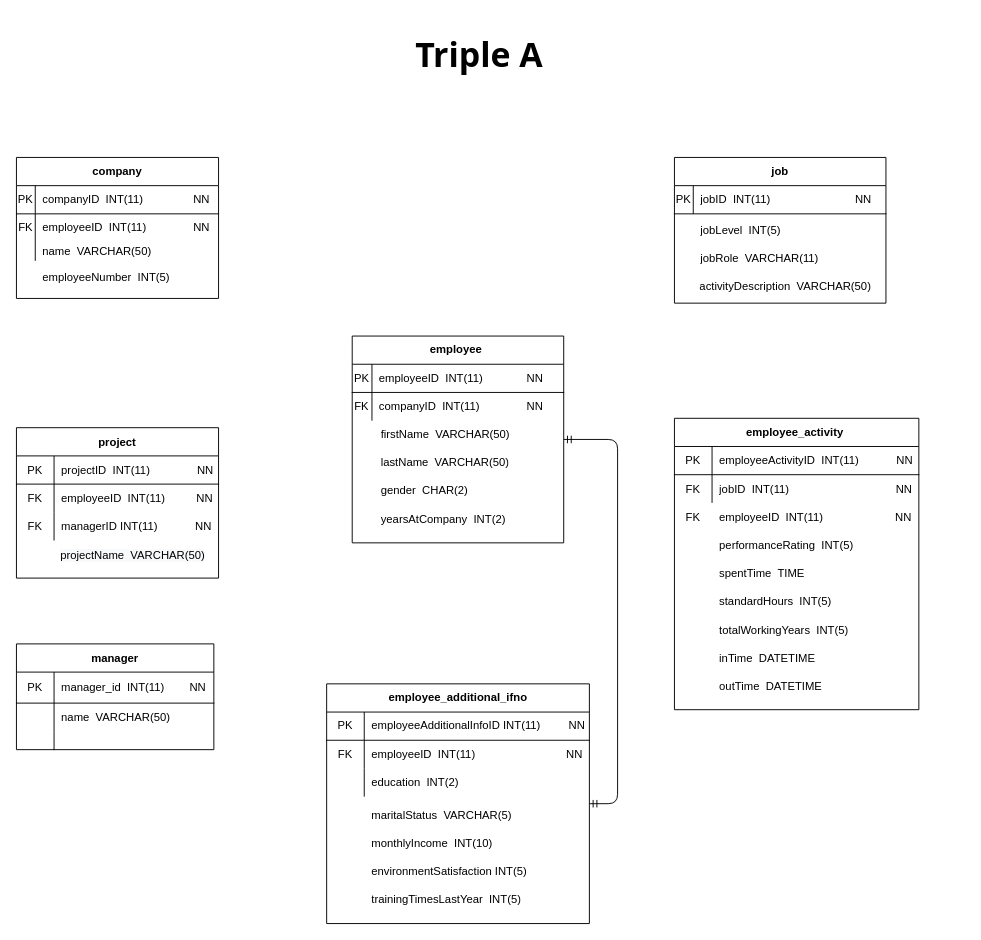
The draw.io diagram docs/ActivMonitoring.drawio in s3rikbaeva/Activ-monitoring, before the edit. Source tidied: cells renumbered, new cells numbered last; positions are measured from the earlier drawing's top-left corner, leaving out a move shared by most shapes. Both pictures are drawn from the tidied source at 94%, with x=0, y=0 at pixel (16, 16).
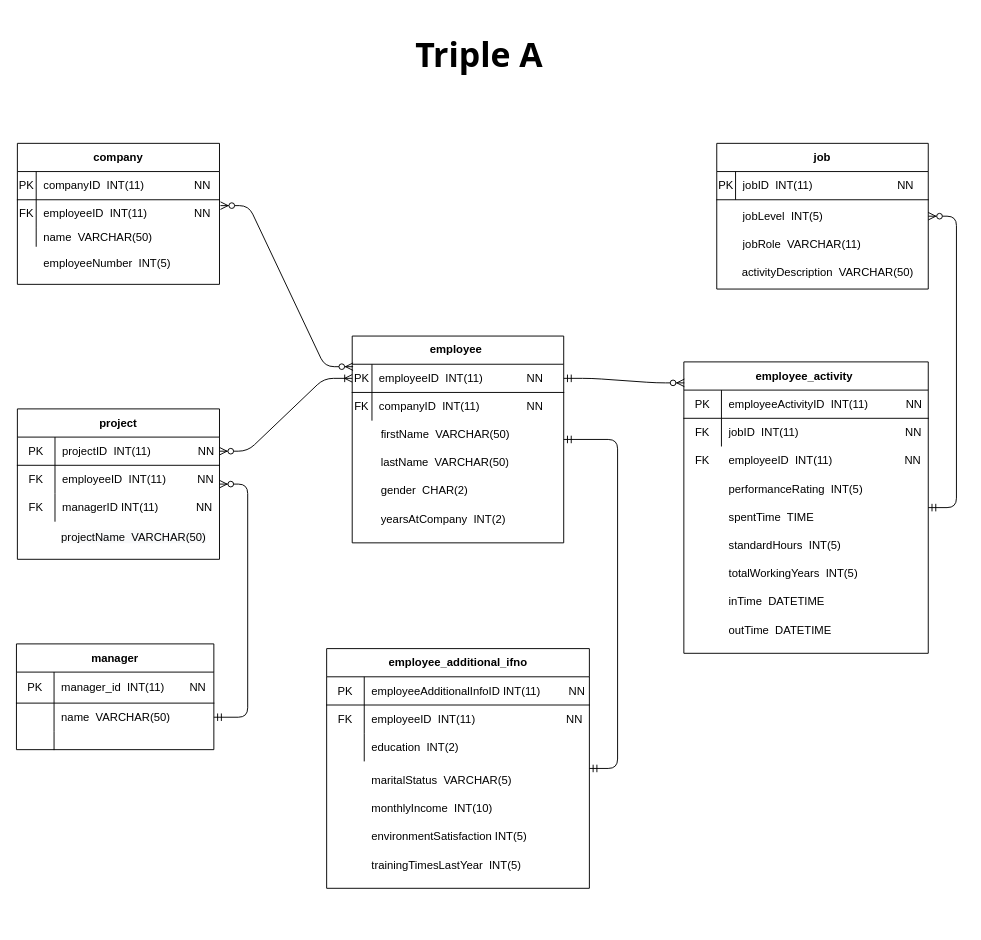
After the change.

The change refers to these unchanged cells:
```xml
<mxCell id="4" style="shape=partialRectangle;html=1;whiteSpace=wrap;fillColor=none;top=0;left=0;bottom=1;right=0;points=[[0,0.5],[1,0.5]];portConstraint=eastwest;" parent="3" vertex="1">
  <mxGeometry y="30" width="225" height="30" as="geometry" />
</mxCell>
<mxCell id="15" style="shape=partialRectangle;html=1;whiteSpace=wrap;fillColor=none;top=0;left=0;bottom=1;right=0;points=[[0,0.5],[1,0.5]];portConstraint=eastwest;" parent="14" vertex="1">
  <mxGeometry y="30" width="215" height="30" as="geometry" />
</mxCell>
<mxCell id="42" style="shape=partialRectangle;html=1;whiteSpace=wrap;fillColor=none;top=0;left=0;bottom=1;right=0;points=[[0,0.5],[1,0.5]];portConstraint=eastwest;" parent="41" vertex="1">
  <mxGeometry y="30" width="215" height="30" as="geometry" />
</mxCell>
<mxCell id="55" style="shape=partialRectangle;html=1;whiteSpace=wrap;fillColor=none;top=0;left=0;bottom=0;right=0;points=[[0,0.5],[1,0.5]];portConstraint=eastwest;" parent="51" vertex="1">
  <mxGeometry y="63" width="210" height="30" as="geometry" />
</mxCell>
```

Change to the diagram source:
```diff
@@
     <mxCell id="10" value="job" style="shape=table;html=1;whiteSpace=wrap;startSize=30;childLayout=tableLayout;rowLines=0;fontStyle=1;align=center;" parent="1" vertex="1">
-      <mxGeometry x="700" y="150" width="225" height="155" as="geometry" />
+      <mxGeometry x="745" y="135" width="225" height="155" as="geometry" />
     </mxCell>
@@
     <mxCell id="14" value="company" style="shape=table;html=1;whiteSpace=wrap;startSize=30;childLayout=tableLayout;rowLines=0;fontStyle=1;align=center;" parent="1" vertex="1">
-      <mxGeometry y="150" width="215" height="150" as="geometry" />
+      <mxGeometry x="1" y="135" width="215" height="150" as="geometry" />
     </mxCell>
@@
     <mxCell id="25" value="employeeNumber&amp;nbsp; INT(5)" style="shape=partialRectangle;html=1;whiteSpace=wrap;fillColor=none;top=0;left=0;bottom=0;right=0;align=left;spacingLeft=6;overflow=hidden;" parent="1" vertex="1">
-      <mxGeometry x="20" y="265" width="160" height="25" as="geometry" />
+      <mxGeometry x="21" y="250" width="160" height="25" as="geometry" />
     </mxCell>
     <mxCell id="26" value="jobRole&amp;nbsp; VARCHAR(11)" style="shape=partialRectangle;html=1;whiteSpace=wrap;fillColor=none;top=0;left=0;bottom=0;right=0;align=left;spacingLeft=6;overflow=hidden;" parent="1" vertex="1">
-      <mxGeometry x="720" y="242.5" width="160" height="30" as="geometry" />
+      <mxGeometry x="765" y="227.5" width="160" height="30" as="geometry" />
     </mxCell>
     <mxCell id="27" value="performanceRating&amp;nbsp; INT(5)" style="shape=partialRectangle;html=1;whiteSpace=wrap;fillColor=none;top=0;left=0;bottom=0;right=0;align=left;spacingLeft=6;overflow=hidden;" parent="1" vertex="1">
-      <mxGeometry x="740" y="547.5" width="160" height="30" as="geometry" />
+      <mxGeometry x="750" y="487.5" width="160" height="30" as="geometry" />
     </mxCell>
     <mxCell id="28" value="standardHours&amp;nbsp; INT(5)" style="shape=partialRectangle;html=1;whiteSpace=wrap;fillColor=none;top=0;left=0;bottom=0;right=0;align=left;spacingLeft=6;overflow=hidden;" parent="1" vertex="1">
-      <mxGeometry x="740" y="612.5" width="160" height="20" as="geometry" />
+      <mxGeometry x="750" y="552.5" width="160" height="20" as="geometry" />
     </mxCell>
     <mxCell id="29" value="name&amp;nbsp; VARCHAR(50)" style="shape=partialRectangle;html=1;whiteSpace=wrap;fillColor=none;top=0;left=0;bottom=0;right=0;align=left;spacingLeft=6;overflow=hidden;" parent="1" vertex="1">
-      <mxGeometry x="20" y="235" width="160" height="30" as="geometry" />
+      <mxGeometry x="21" y="220" width="160" height="30" as="geometry" />
     </mxCell>
     <mxCell id="30" value="employee_activity&amp;nbsp;" style="shape=table;html=1;whiteSpace=wrap;startSize=30;childLayout=tableLayout;rowLines=0;fontStyle=1;align=center;" parent="1" vertex="1">
-      <mxGeometry x="700" y="427.5" width="260" height="310" as="geometry" />
+      <mxGeometry x="710" y="367.5" width="260" height="310" as="geometry" />
     </mxCell>
@@
     <mxCell id="37" value="spentTime&amp;nbsp; TIME" style="shape=partialRectangle;html=1;whiteSpace=wrap;fillColor=none;top=0;left=0;bottom=0;right=0;align=left;spacingLeft=6;overflow=hidden;" parent="1" vertex="1">
-      <mxGeometry x="740" y="582.5" width="160" height="20" as="geometry" />
+      <mxGeometry x="750" y="522.5" width="160" height="20" as="geometry" />
     </mxCell>
     <mxCell id="38" value="inTime&amp;nbsp; DATETIME" style="shape=partialRectangle;html=1;whiteSpace=wrap;fillColor=none;top=0;left=0;bottom=0;right=0;align=left;spacingLeft=6;overflow=hidden;" parent="1" vertex="1">
-      <mxGeometry x="740" y="672.5" width="160" height="20" as="geometry" />
+      <mxGeometry x="750" y="612.5" width="160" height="20" as="geometry" />
     </mxCell>
     <mxCell id="39" value="outTime&amp;nbsp; DATETIME" style="shape=partialRectangle;html=1;whiteSpace=wrap;fillColor=none;top=0;left=0;bottom=0;right=0;align=left;spacingLeft=6;overflow=hidden;" parent="1" vertex="1">
-      <mxGeometry x="740" y="702.5" width="160" height="20" as="geometry" />
+      <mxGeometry x="750" y="642.5" width="160" height="20" as="geometry" />
     </mxCell>
@@
     <mxCell id="41" value="project" style="shape=table;html=1;whiteSpace=wrap;startSize=30;childLayout=tableLayout;rowLines=0;fontStyle=1;align=center;" parent="1" vertex="1">
-      <mxGeometry y="437.5" width="215" height="160" as="geometry" />
+      <mxGeometry x="1" y="417.5" width="215" height="160" as="geometry" />
     </mxCell>
@@
     <mxCell id="62" value="employee_additional_ifno" style="shape=table;html=1;whiteSpace=wrap;startSize=30;childLayout=tableLayout;rowLines=0;fontStyle=1;align=center;" parent="1" vertex="1">
-      <mxGeometry x="330" y="710" width="279.5" height="255" as="geometry" />
+      <mxGeometry x="330" y="672.5" width="279.5" height="255" as="geometry" />
     </mxCell>
@@
     <mxCell id="72" value="maritalStatus&amp;nbsp; VARCHAR(5)" style="shape=partialRectangle;html=1;whiteSpace=wrap;fillColor=none;top=0;left=0;bottom=0;right=0;align=left;spacingLeft=6;overflow=hidden;" parent="1" vertex="1">
-      <mxGeometry x="370" y="835" width="210" height="30" as="geometry" />
+      <mxGeometry x="370" y="797.5" width="210" height="30" as="geometry" />
     </mxCell>
     <mxCell id="73" value="monthlyIncome&amp;nbsp; INT(10)" style="shape=partialRectangle;html=1;whiteSpace=wrap;fillColor=none;top=0;left=0;bottom=0;right=0;align=left;spacingLeft=6;overflow=hidden;" parent="1" vertex="1">
-      <mxGeometry x="370" y="865" width="155" height="30" as="geometry" />
+      <mxGeometry x="370" y="827.5" width="155" height="30" as="geometry" />
     </mxCell>
     <mxCell id="74" value="environmentSatisfaction INT(5)" style="shape=partialRectangle;html=1;whiteSpace=wrap;fillColor=none;top=0;left=0;bottom=0;right=0;align=left;spacingLeft=6;overflow=hidden;" parent="1" vertex="1">
-      <mxGeometry x="370" y="895" width="220" height="30" as="geometry" />
+      <mxGeometry x="370" y="857.5" width="220" height="30" as="geometry" />
     </mxCell>
     <mxCell id="75" value="trainingTimesLastYear&amp;nbsp; INT(5)" style="shape=partialRectangle;html=1;whiteSpace=wrap;fillColor=none;top=0;left=0;bottom=0;right=0;align=left;spacingLeft=6;overflow=hidden;" parent="1" vertex="1">
-      <mxGeometry x="370" y="925" width="230" height="30" as="geometry" />
+      <mxGeometry x="370" y="887.5" width="230" height="30" as="geometry" />
     </mxCell>
     <mxCell id="76" value="totalWorkingYears&amp;nbsp; INT(5)" style="shape=partialRectangle;html=1;whiteSpace=wrap;fillColor=none;top=0;left=0;bottom=0;right=0;align=left;spacingLeft=6;overflow=hidden;" parent="1" vertex="1">
-      <mxGeometry x="740" y="642.5" width="160" height="20" as="geometry" />
+      <mxGeometry x="750" y="582.5" width="160" height="20" as="geometry" />
     </mxCell>
     <mxCell id="77" style="shape=partialRectangle;html=1;whiteSpace=wrap;fillColor=none;top=0;left=0;bottom=0;right=0;align=left;spacingLeft=6;overflow=hidden;" parent="1" vertex="1">
-      <mxGeometry x="718.8" y="277.5" width="160" height="30" as="geometry" />
+      <mxGeometry x="763.8" y="262.5" width="160" height="30" as="geometry" />
     </mxCell>
     <mxCell id="78" value="activityDescription&amp;nbsp; VARCHAR(50)" style="shape=partialRectangle;html=1;whiteSpace=wrap;fillColor=none;top=0;left=0;bottom=0;right=0;align=left;spacingLeft=6;overflow=hidden;" parent="1" vertex="1">
-      <mxGeometry x="718.8" y="272.5" width="205" height="30" as="geometry" />
+      <mxGeometry x="763.8" y="257.5" width="205" height="30" as="geometry" />
     </mxCell>
@@
     <mxCell id="81" value="employeeID&amp;nbsp; INT(11)&amp;nbsp; &amp;nbsp; &amp;nbsp; &amp;nbsp; &amp;nbsp; &amp;nbsp; &amp;nbsp; &amp;nbsp;NN" style="shape=partialRectangle;html=1;whiteSpace=wrap;fillColor=none;top=0;left=0;bottom=0;right=0;align=left;spacingLeft=6;overflow=hidden;" parent="1" vertex="1">
-      <mxGeometry x="20" y="210" width="204" height="30" as="geometry" />
+      <mxGeometry x="21" y="195" width="204" height="30" as="geometry" />
     </mxCell>
     <mxCell id="82" value="jobLevel&amp;nbsp; INT(5)" style="shape=partialRectangle;html=1;whiteSpace=wrap;fillColor=none;top=0;left=0;bottom=0;right=0;align=left;spacingLeft=6;overflow=hidden;" parent="1" vertex="1">
-      <mxGeometry x="720" y="212.5" width="205" height="30" as="geometry" />
+      <mxGeometry x="765" y="197.5" width="205" height="30" as="geometry" />
     </mxCell>
     <mxCell id="83" value="&lt;span style=&quot;color: rgb(0, 0, 0); font-family: helvetica; font-size: 12px; font-style: normal; font-weight: 400; letter-spacing: normal; text-align: left; text-indent: 0px; text-transform: none; word-spacing: 0px; background-color: rgb(248, 249, 250); display: inline; float: none;&quot;&gt;projectName&amp;nbsp; VARCHAR(50)&lt;/span&gt;" style="text;whiteSpace=wrap;html=1;" parent="1" vertex="1">
-      <mxGeometry x="45" y="560" width="180" height="30" as="geometry" />
+      <mxGeometry x="46" y="540" width="180" height="30" as="geometry" />
     </mxCell>
@@
     <mxCell id="85" style="shape=partialRectangle;html=1;whiteSpace=wrap;fillColor=none;top=0;left=0;bottom=0;right=0;" parent="1" vertex="1">
-      <mxGeometry x="700" y="517.5" width="260" height="30" as="geometry" />
+      <mxGeometry x="710" y="457.5" width="260" height="30" as="geometry" />
     </mxCell>
@@
+    <mxCell id="88" style="edgeStyle=entityRelationEdgeStyle;fontSize=12;html=1;endArrow=ERzeroToMany;startArrow=ERmandOne;exitX=1;exitY=0.5;exitDx=0;exitDy=0;entryX=0.002;entryY=0.072;entryDx=0;entryDy=0;entryPerimeter=0;" parent="1" edge="1" source="4" target="30">
+      <mxGeometry relative="1" as="geometry" />
+    </mxCell>
+    <mxCell id="89" style="edgeStyle=entityRelationEdgeStyle;fontSize=12;html=1;endArrow=ERzeroToMany;startArrow=ERmandOne;" parent="1" edge="1" source="30" target="10">
+      <mxGeometry relative="1" as="geometry" />
+    </mxCell>
+    <mxCell id="90" style="edgeStyle=entityRelationEdgeStyle;fontSize=12;html=1;endArrow=ERzeroToMany;startArrow=ERmandOne;" parent="1" edge="1" source="55" target="41">
+      <mxGeometry relative="1" as="geometry" />
+    </mxCell>
+    <mxCell id="91" style="edgeStyle=entityRelationEdgeStyle;fontSize=12;html=1;endArrow=ERzeroToMany;endFill=1;startArrow=ERzeroToMany;entryX=1.005;entryY=1.208;entryDx=0;entryDy=0;entryPerimeter=0;exitX=0.004;exitY=0.086;exitDx=0;exitDy=0;exitPerimeter=0;" parent="1" edge="1" source="4" target="15">
+      <mxGeometry relative="1" as="geometry" />
+    </mxCell>
+    <mxCell id="92" style="edgeStyle=entityRelationEdgeStyle;fontSize=12;html=1;endArrow=ERoneToMany;startArrow=ERzeroToMany;entryX=0;entryY=0.5;entryDx=0;entryDy=0;" parent="1" edge="1" source="42" target="4">
+      <mxGeometry relative="1" as="geometry" />
+    </mxCell>
```
